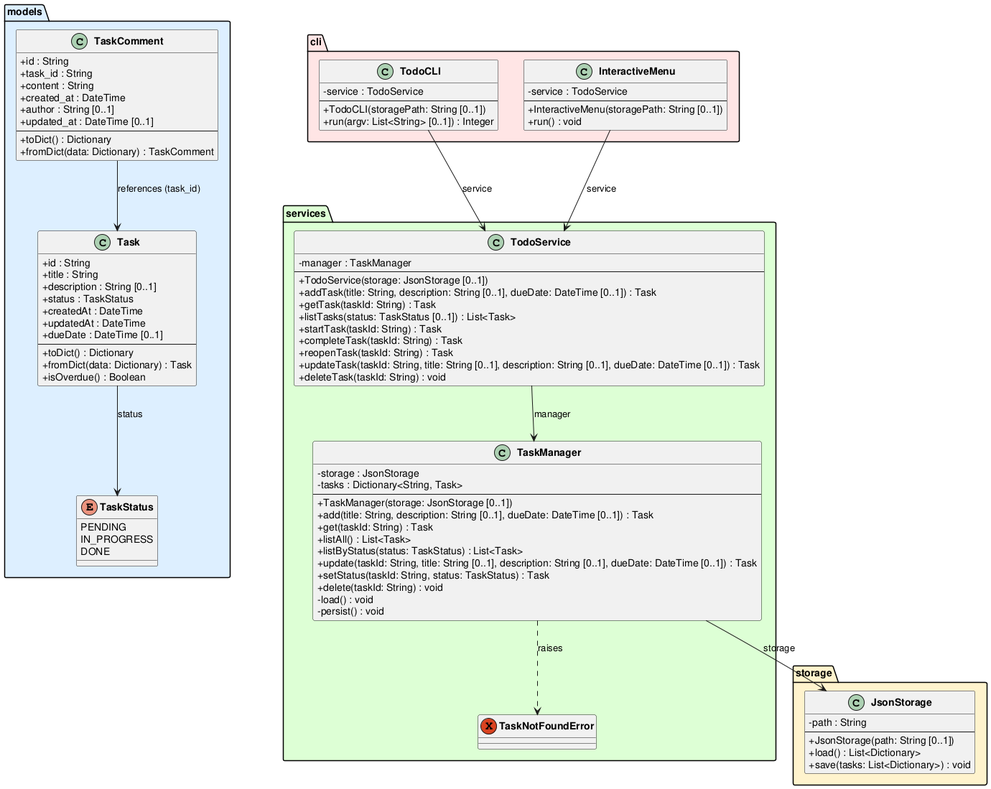
DanielRiha8906/Software_autoevolution_using_agents keeps this PlantUML diagram as experiments/broadcast/structured_text/TODO/artifacts/class_diagram.png. Above is the earlier version.
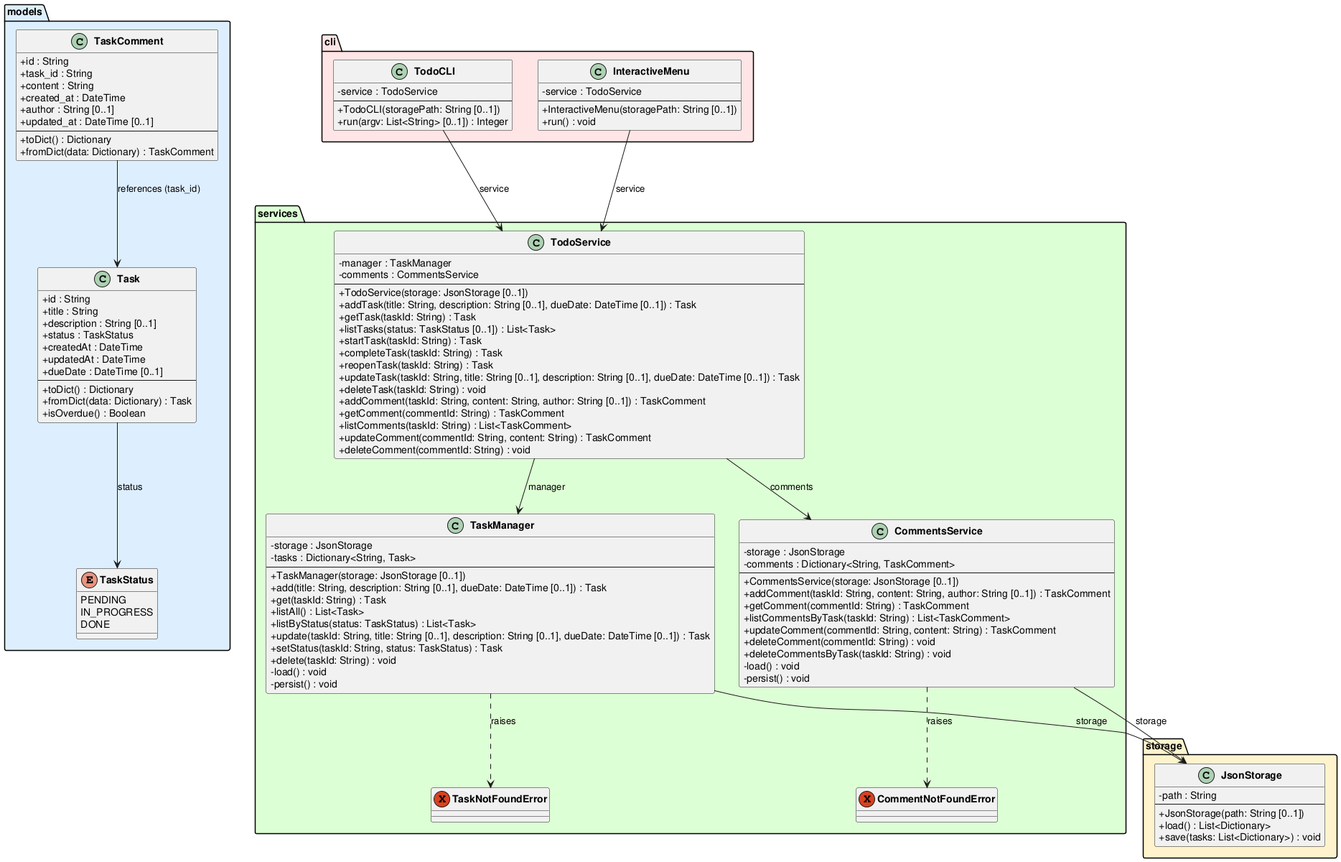
After the change.

The edit, as a diff of the source:
```diff
@@ -49,6 +49,7 @@
 
 package "services" #DDFFD4 {
     exception TaskNotFoundError
+    exception CommentNotFoundError
 
     class TaskManager {
         -storage : JsonStorage
@@ -66,8 +67,24 @@
         -persist() : void
     }
 
+    class CommentsService {
+        -storage : JsonStorage
+        -comments : Dictionary<String, TaskComment>
+        --
+        +CommentsService(storage: JsonStorage [0..1])
+        +addComment(taskId: String, content: String, author: String [0..1]) : TaskComment
+        +getComment(commentId: String) : TaskComment
+        +listCommentsByTask(taskId: String) : List<TaskComment>
+        +updateComment(commentId: String, content: String) : TaskComment
+        +deleteComment(commentId: String) : void
+        +deleteCommentsByTask(taskId: String) : void
+        -load() : void
+        -persist() : void
+    }
+
     class TodoService {
         -manager : TaskManager
+        -comments : CommentsService
         --
         +TodoService(storage: JsonStorage [0..1])
         +addTask(title: String, description: String [0..1], dueDate: DateTime [0..1]) : Task
@@ -78,6 +95,11 @@
         +reopenTask(taskId: String) : Task
         +updateTask(taskId: String, title: String [0..1], description: String [0..1], dueDate: DateTime [0..1]) : Task
         +deleteTask(taskId: String) : void
+        +addComment(taskId: String, content: String, author: String [0..1]) : TaskComment
+        +getComment(commentId: String) : TaskComment
+        +listComments(taskId: String) : List<TaskComment>
+        +updateComment(commentId: String, content: String) : TaskComment
+        +deleteComment(commentId: String) : void
     }
 }
 
@@ -101,7 +123,10 @@
 TaskComment --> Task : references (task_id)
 TaskManager --> JsonStorage : storage
 TaskManager ..> TaskNotFoundError : raises
+CommentsService --> JsonStorage : storage
+CommentsService ..> CommentNotFoundError : raises
 TodoService --> TaskManager : manager
+TodoService --> CommentsService : comments
 TodoCLI --> TodoService : service
 InteractiveMenu --> TodoService : service
 
```
